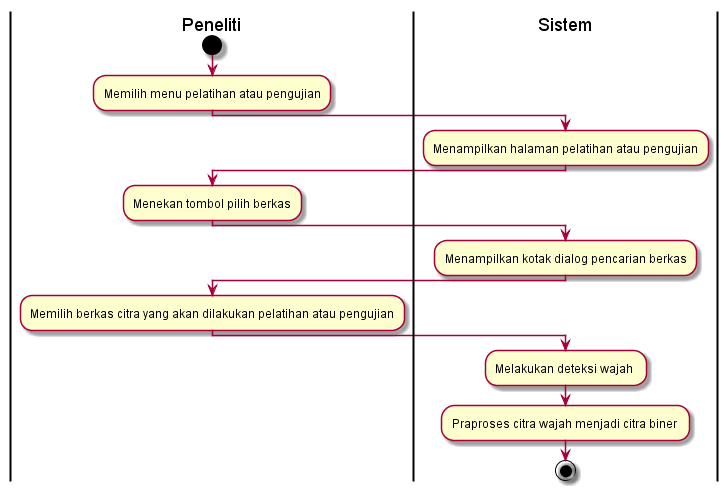
ayulestari10/gmisvm keeps this PlantUML diagram as diagram/AD_Praproses_wajah.png. Above is the earlier version. Its diagram source:
```plantuml
@startuml
| Peneliti |
start
:Memilih menu pelatihan atau pengujian;
| Sistem |
:Menampilkan halaman pelatihan atau pengujian;
| Peneliti |
:Menekan tombol pilih berkas;
| Sistem |
:Menampilkan kotak dialog pencarian berkas;
| Peneliti |
:Memilih berkas citra yang akan dilakukan pelatihan atau pengujian;
| Sistem |
:Melakukan deteksi wajah ;
| Sistem |
:Praproses citra wajah menjadi citra biner ;
stop
@enduml
```
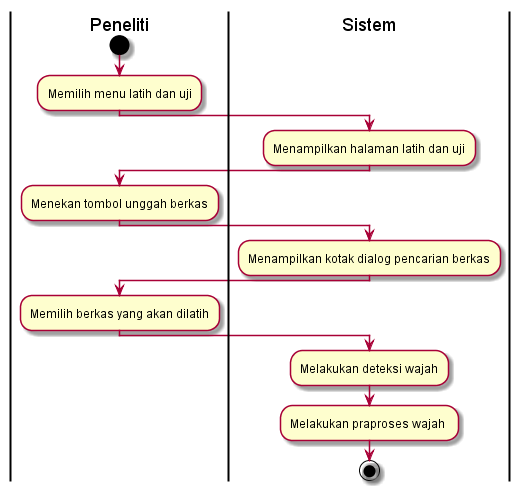
The same file after the commit.

What changed in the source:
```diff
@@ -1,18 +1,18 @@
 @startuml
 | Peneliti |
 start
-:Memilih menu pelatihan atau pengujian;
+:Memilih menu latih dan uji;
 | Sistem |
-:Menampilkan halaman pelatihan atau pengujian;
+:Menampilkan halaman latih dan uji;
 | Peneliti |
-:Menekan tombol pilih berkas;
+:Menekan tombol unggah berkas;
 | Sistem |
 :Menampilkan kotak dialog pencarian berkas;
 | Peneliti |
-:Memilih berkas citra yang akan dilakukan pelatihan atau pengujian;
+:Memilih berkas yang akan dilatih;
 | Sistem |
-:Melakukan deteksi wajah ;
+:Melakukan deteksi wajah;
 | Sistem |
-:Praproses citra wajah menjadi citra biner ;
+:Melakukan praproses wajah ;
 stop
 @enduml
```
